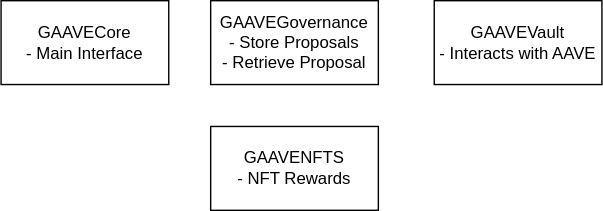
Earlier version of the draw.io export profile/assets/architecture.drawio.svg (GigaChadds/.github). Source tidied: cells renumbered, new cells last; positions are measured from the earlier drawing's top-left corner, leaving out a move shared by most shapes.
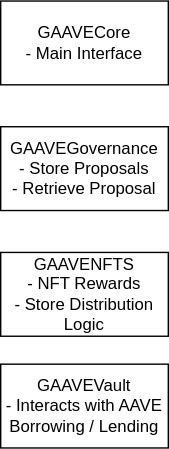
After the change.

What changed in the source:
```diff
@@ -3,15 +3,15 @@
     <mxCell id="0" />
     <mxCell id="1" parent="0" />
     <mxCell id="2" value="GAAVECore&lt;br&gt;- Main Interface" style="rounded=0;whiteSpace=wrap;html=1;fontSize=12;align=center;" parent="1" vertex="1">
-      <mxGeometry width="120" height="60" as="geometry" />
+      <mxGeometry x="150" y="-90" width="120" height="60" as="geometry" />
     </mxCell>
-    <mxCell id="3" value="GAAVEVault&lt;br&gt;- Interacts with AAVE" style="rounded=0;whiteSpace=wrap;html=1;fontSize=12;align=center;" parent="1" vertex="1">
-      <mxGeometry x="310" width="120" height="60" as="geometry" />
+    <mxCell id="3" value="GAAVEVault&lt;br&gt;- Interacts with AAVE Borrowing / Lending" style="rounded=0;whiteSpace=wrap;html=1;fontSize=12;align=center;" parent="1" vertex="1">
+      <mxGeometry x="150" y="170" width="120" height="60" as="geometry" />
     </mxCell>
     <mxCell id="4" value="GAAVEGovernance&lt;br&gt;- Store Proposals&lt;br&gt;- Retrieve Proposal" style="rounded=0;whiteSpace=wrap;html=1;fontSize=12;align=center;" parent="1" vertex="1">
       <mxGeometry x="150" width="120" height="60" as="geometry" />
     </mxCell>
-    <mxCell id="5" value="GAAVENFTS&lt;br&gt;- NFT Rewards" style="rounded=0;whiteSpace=wrap;html=1;fontSize=12;align=center;" parent="1" vertex="1">
+    <mxCell id="5" value="GAAVENFTS&lt;br&gt;- NFT Rewards&lt;br&gt;- Store Distribution Logic" style="rounded=0;whiteSpace=wrap;html=1;fontSize=12;align=center;" parent="1" vertex="1">
       <mxGeometry x="150" y="90" width="120" height="60" as="geometry" />
     </mxCell>
   </root>
```
